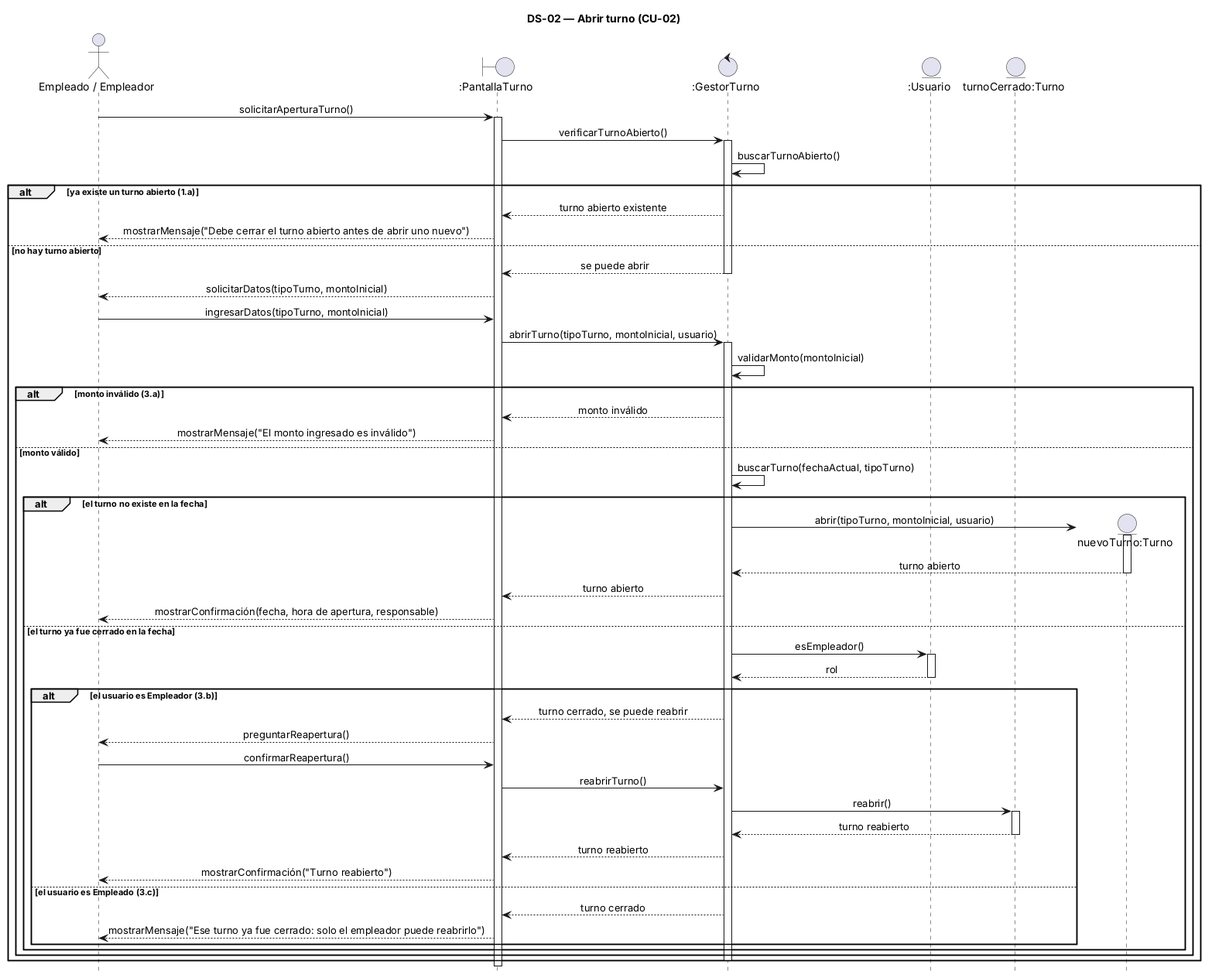
Earlier version of the PlantUML export 08-Diagrama De Secuencia/DS-02 Abrir turno.png (alanbalzaretti123/control-de-stock1).
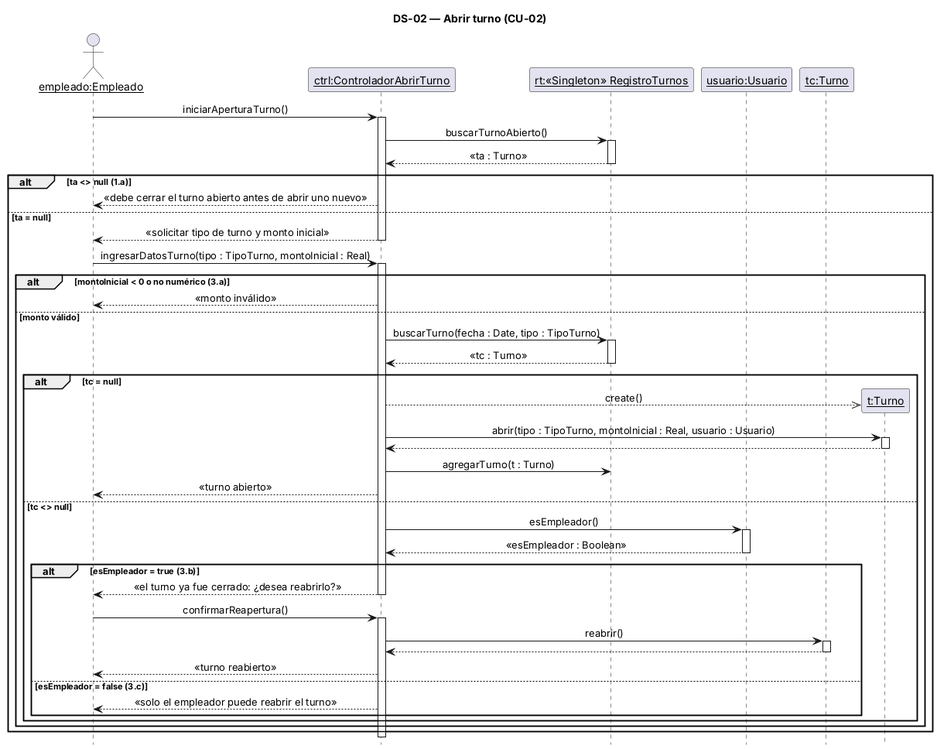
After the change.

The edit, as a diff of the source:
```diff
@@ -3,72 +3,63 @@
 hide footbox
 skinparam sequenceMessageAlign center
 skinparam responseMessageBelowArrow true
+skinparam sequenceParticipant underline
 
-actor "Empleado / Empleador" as U
-boundary ":PantallaTurno" as P
-control ":GestorTurno" as G
-entity ":Usuario" as US
-entity "turnoCerrado:Turno" as TC
+actor "empleado:Empleado" as U
+participant "ctrl:ControladorAbrirTurno" as C
+participant "rt:«Singleton» RegistroTurnos" as RT
+participant "usuario:Usuario" as US
+participant "tc:Turno" as TC
 
-U -> P : solicitarAperturaTurno()
-activate P
-P -> G : verificarTurnoAbierto()
-activate G
-G -> G : buscarTurnoAbierto()
-
-alt ya existe un turno abierto (1.a)
-  G --> P : turno abierto existente
-  P --> U : mostrarMensaje("Debe cerrar el turno abierto antes de abrir uno nuevo")
-else no hay turno abierto
-  G --> P : se puede abrir
-  deactivate G
-  P --> U : solicitarDatos(tipoTurno, montoInicial)
-
-  U -> P : ingresarDatos(tipoTurno, montoInicial)
-  P -> G : abrirTurno(tipoTurno, montoInicial, usuario)
-  activate G
-  G -> G : validarMonto(montoInicial)
-
-  alt monto inválido (3.a)
-    G --> P : monto inválido
-    P --> U : mostrarMensaje("El monto ingresado es inválido")
+U -> C : iniciarAperturaTurno()
+activate C
+C -> RT : buscarTurnoAbierto()
+activate RT
+RT --> C : «ta : Turno»
+deactivate RT
+alt ta <> null (1.a)
+  C --> U : «debe cerrar el turno abierto antes de abrir uno nuevo»
+else ta = null
+  C --> U : «solicitar tipo de turno y monto inicial»
+  deactivate C
+  U -> C : ingresarDatosTurno(tipo : TipoTurno, montoInicial : Real)
+  activate C
+  alt montoInicial < 0 o no numérico (3.a)
+    C --> U : «monto inválido»
   else monto válido
-    G -> G : buscarTurno(fechaActual, tipoTurno)
-
-    alt el turno no existe en la fecha
-      create entity "nuevoTurno:Turno" as T
-      G -> T : abrir(tipoTurno, montoInicial, usuario)
+    C -> RT : buscarTurno(fecha : Date, tipo : TipoTurno)
+    activate RT
+    RT --> C : «tc : Turno»
+    deactivate RT
+    alt tc = null
+      create participant "t:Turno" as T
+      C -->> T : create()
+      C -> T : abrir(tipo : TipoTurno, montoInicial : Real, usuario : Usuario)
       activate T
-      T --> G : turno abierto
+      T --> C
       deactivate T
-      G --> P : turno abierto
-      P --> U : mostrarConfirmación(fecha, hora de apertura, responsable)
-
-    else el turno ya fue cerrado en la fecha
-      G -> US : esEmpleador()
+      C -> RT : agregarTurno(t : Turno)
+      C --> U : «turno abierto»
+    else tc <> null
+      C -> US : esEmpleador()
       activate US
-      US --> G : rol
+      US --> C : «esEmpleador : Boolean»
       deactivate US
-
-      alt el usuario es Empleador (3.b)
-        G --> P : turno cerrado, se puede reabrir
-        P --> U : preguntarReapertura()
-        U -> P : confirmarReapertura()
-        P -> G : reabrirTurno()
-        G -> TC : reabrir()
+      alt esEmpleador = true (3.b)
+        C --> U : «el turno ya fue cerrado: ¿desea reabrirlo?»
+        deactivate C
+        U -> C : confirmarReapertura()
+        activate C
+        C -> TC : reabrir()
         activate TC
-        TC --> G : turno reabierto
+        TC --> C
         deactivate TC
-        G --> P : turno reabierto
-        P --> U : mostrarConfirmación("Turno reabierto")
-      else el usuario es Empleado (3.c)
-        G --> P : turno cerrado
-        P --> U : mostrarMensaje("Ese turno ya fue cerrado: solo el empleador puede reabrirlo")
+        C --> U : «turno reabierto»
+      else esEmpleador = false (3.c)
+        C --> U : «solo el empleador puede reabrir el turno»
       end
     end
   end
-  deactivate G
 end
-
-deactivate P
+deactivate C
 @enduml
```
